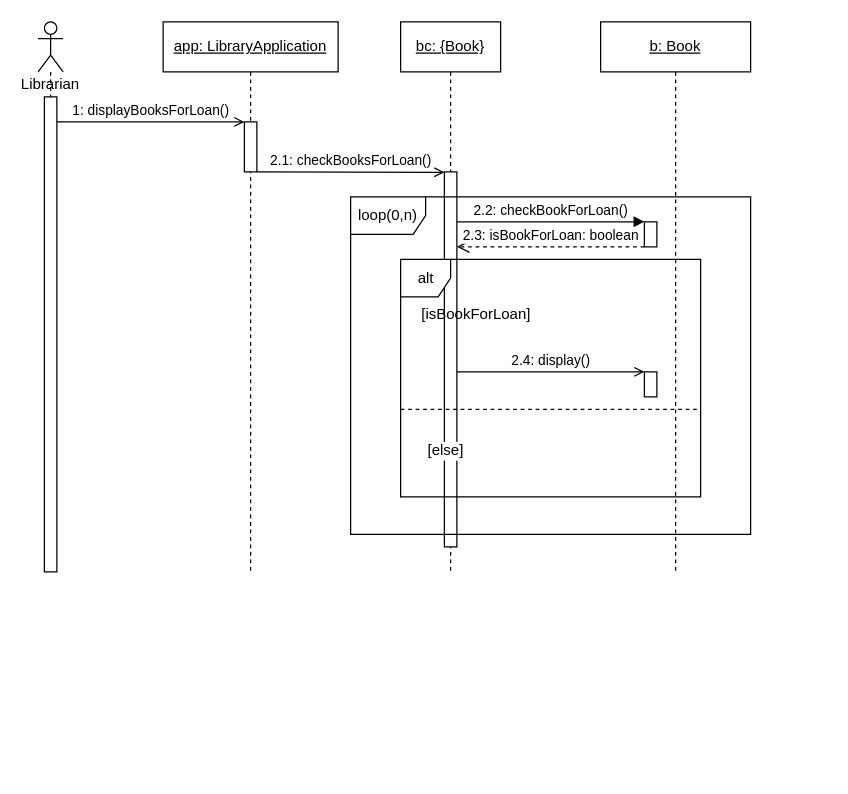
Halozhan/2023-2-LibraryApplication keeps this draw.io diagram as UML/SD3 Display books for loan.drawio. Above is the earlier version. Source tidied: cells renumbered, new cells numbered last; positions are measured from the earlier drawing's top-left corner, leaving out a move shared by most shapes. Both pictures are drawn from the tidied source at 125%, with x=0, y=0 at pixel (38, 21).
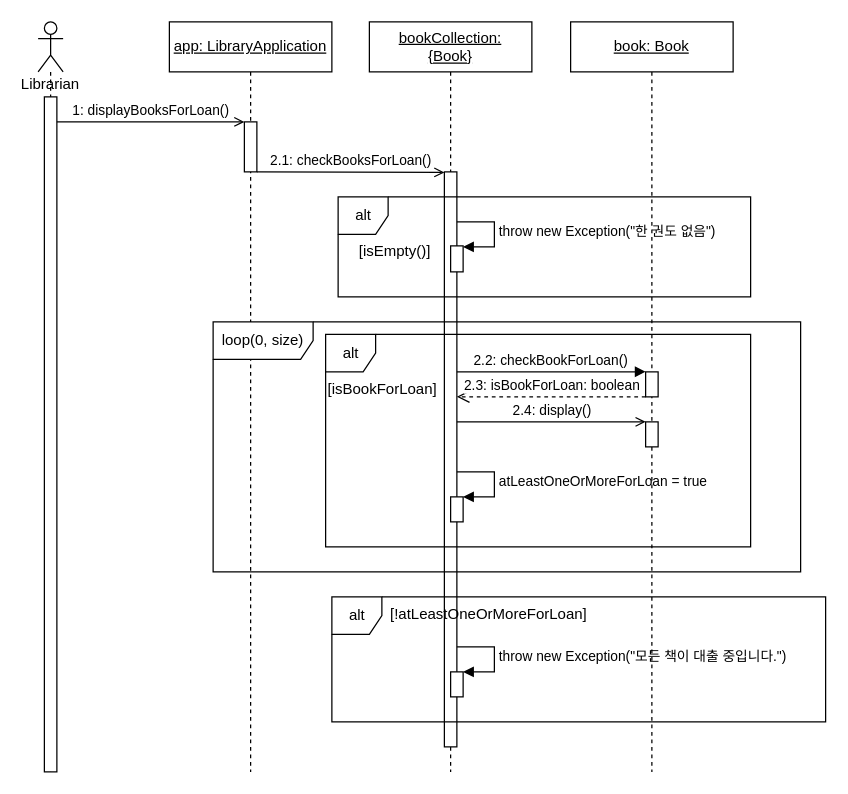
The same page after the edit.

The edit, as a diff of the source:
```diff
@@
     <mxCell id="2" value="Librarian&lt;br&gt;" style="shape=umlLifeline;participant=umlActor;perimeter=lifelinePerimeter;whiteSpace=wrap;html=1;verticalAlign=top;spacingTop=36;outlineConnect=0;" parent="1" vertex="1">
-      <mxGeometry width="20" height="440" as="geometry" />
+      <mxGeometry width="20" height="600" as="geometry" />
     </mxCell>
@@
     <mxCell id="4" style="html=1;points=[];perimeter=orthogonalPerimeter;" parent="2" vertex="1">
-      <mxGeometry x="5" y="60" width="10" height="380" as="geometry" />
+      <mxGeometry x="5" y="60" width="10" height="540" as="geometry" />
     </mxCell>
     <mxCell id="5" value="&lt;u&gt;app: LibraryApplication&lt;/u&gt;" style="shape=umlLifeline;perimeter=lifelinePerimeter;whiteSpace=wrap;html=1;" parent="1" vertex="1">
-      <mxGeometry x="100" width="140" height="440" as="geometry" />
+      <mxGeometry x="105" width="130" height="600" as="geometry" />
     </mxCell>
     <mxCell id="6" style="html=1;points=[];perimeter=orthogonalPerimeter;" parent="5" vertex="1">
-      <mxGeometry x="65" y="80" width="10" height="40" as="geometry" />
+      <mxGeometry x="60" y="80" width="10" height="40" as="geometry" />
     </mxCell>
-    <mxCell id="7" value="&lt;u&gt;bc: {Book}&lt;/u&gt;" style="shape=umlLifeline;perimeter=lifelinePerimeter;whiteSpace=wrap;html=1;" parent="1" vertex="1">
-      <mxGeometry x="290" width="80" height="440" as="geometry" />
+    <mxCell id="7" value="&lt;u&gt;bookCollection:&lt;br&gt;{Book}&lt;/u&gt;" style="shape=umlLifeline;perimeter=lifelinePerimeter;whiteSpace=wrap;html=1;" parent="1" vertex="1">
+      <mxGeometry x="265" width="130" height="600" as="geometry" />
     </mxCell>
     <mxCell id="8" style="html=1;points=[];perimeter=orthogonalPerimeter;" parent="7" vertex="1">
-      <mxGeometry x="35" y="120" width="10" height="300" as="geometry" />
+      <mxGeometry x="60" y="120" width="10" height="460" as="geometry" />
     </mxCell>
+    <mxCell id="21" style="html=1;points=[[0,0,0,0,5],[0,1,0,0,-5],[1,0,0,0,5],[1,1,0,0,-5]];perimeter=orthogonalPerimeter;outlineConnect=0;targetShapes=umlLifeline;portConstraint=eastwest;newEdgeStyle={&quot;curved&quot;:0,&quot;rounded&quot;:0};" parent="7" vertex="1">
+      <mxGeometry x="65" y="179.2" width="10" height="20.8" as="geometry" />
+    </mxCell>
+    <mxCell id="22" value="throw new Exception(&quot;한 권도 없음&quot;)" style="html=1;align=left;spacingLeft=2;endArrow=block;rounded=0;edgeStyle=orthogonalEdgeStyle;curved=0;rounded=0;" parent="7" edge="1" source="8" target="21">
+      <mxGeometry relative="1" as="geometry">
+        <Array as="points">
+          <mxPoint x="100" y="160" />
+          <mxPoint x="100" y="180" />
+        </Array>
+      </mxGeometry>
+    </mxCell>
+    <mxCell id="23" style="html=1;points=[[0,0,0,0,5],[0,1,0,0,-5],[1,0,0,0,5],[1,1,0,0,-5]];perimeter=orthogonalPerimeter;outlineConnect=0;targetShapes=umlLifeline;portConstraint=eastwest;newEdgeStyle={&quot;curved&quot;:0,&quot;rounded&quot;:0};" parent="7" vertex="1">
+      <mxGeometry x="65" y="380" width="10" height="20" as="geometry" />
+    </mxCell>
+    <mxCell id="24" value="atLeastOneOrMoreForLoan = true" style="html=1;align=left;spacingLeft=2;endArrow=block;rounded=0;edgeStyle=orthogonalEdgeStyle;curved=0;rounded=0;" parent="7" edge="1" target="23">
+      <mxGeometry relative="1" as="geometry">
+        <mxPoint x="70" y="360" as="sourcePoint" />
+        <Array as="points">
+          <mxPoint x="100" y="360" />
+          <mxPoint x="100" y="380" />
+        </Array>
+      </mxGeometry>
+    </mxCell>
+    <mxCell id="25" style="html=1;points=[[0,0,0,0,5],[0,1,0,0,-5],[1,0,0,0,5],[1,1,0,0,-5]];perimeter=orthogonalPerimeter;outlineConnect=0;targetShapes=umlLifeline;portConstraint=eastwest;newEdgeStyle={&quot;curved&quot;:0,&quot;rounded&quot;:0};" parent="7" vertex="1">
+      <mxGeometry x="65" y="520" width="10" height="20" as="geometry" />
+    </mxCell>
+    <mxCell id="26" value="throw new Exception(&quot;모든 책이 대출 중입니다.&quot;)" style="html=1;align=left;spacingLeft=2;endArrow=block;rounded=0;edgeStyle=orthogonalEdgeStyle;curved=0;rounded=0;" parent="7" edge="1" target="25">
+      <mxGeometry relative="1" as="geometry">
+        <mxPoint x="70" y="500" as="sourcePoint" />
+        <Array as="points">
+          <mxPoint x="100" y="500" />
+          <mxPoint x="100" y="520" />
+        </Array>
+      </mxGeometry>
+    </mxCell>
-    <mxCell id="9" value="&lt;u style=&quot;&quot;&gt;b: Book&lt;/u&gt;" style="shape=umlLifeline;perimeter=lifelinePerimeter;whiteSpace=wrap;html=1;" parent="1" vertex="1">
-      <mxGeometry x="450" width="120" height="440" as="geometry" />
+    <mxCell id="9" value="&lt;u style=&quot;&quot;&gt;book: Book&lt;/u&gt;" style="shape=umlLifeline;perimeter=lifelinePerimeter;whiteSpace=wrap;html=1;" parent="1" vertex="1">
+      <mxGeometry x="426" width="130" height="600" as="geometry" />
     </mxCell>
     <mxCell id="10" style="html=1;points=[];perimeter=orthogonalPerimeter;" parent="9" vertex="1">
-      <mxGeometry x="35" y="160" width="10" height="20" as="geometry" />
+      <mxGeometry x="60" y="280" width="10" height="20" as="geometry" />
     </mxCell>
     <mxCell id="11" style="html=1;points=[];perimeter=orthogonalPerimeter;" parent="9" vertex="1">
-      <mxGeometry x="35" y="280" width="10" height="20" as="geometry" />
+      <mxGeometry x="60" y="320" width="10" height="20" as="geometry" />
     </mxCell>
-    <mxCell id="12" value="loop(0,n)" style="shape=umlFrame;whiteSpace=wrap;html=1;" parent="9" vertex="1">
-      <mxGeometry x="-200" y="140" width="320" height="270" as="geometry" />
-    </mxCell>
-    <mxCell id="13" value="alt" style="shape=umlFrame;tabWidth=110;tabHeight=30;tabPosition=left;html=1;boundedLbl=1;labelInHeader=1;width=40;height=30;" parent="9" vertex="1">
-      <mxGeometry x="-160" y="190" width="240" height="190" as="geometry" />
-    </mxCell>
-    <mxCell id="14" value="[isBookForLoan]" style="text;" parent="13" vertex="1">
-      <mxGeometry width="100" height="20" relative="1" as="geometry">
-        <mxPoint x="15" y="30" as="offset" />
-      </mxGeometry>
-    </mxCell>
-    <mxCell id="15" value="[else]" style="line;strokeWidth=1;dashed=1;labelPosition=center;verticalLabelPosition=bottom;align=left;verticalAlign=top;spacingLeft=20;spacingTop=15;" parent="13" vertex="1">
-      <mxGeometry y="116.1" width="240" height="7.6" as="geometry" />
-    </mxCell>
@@
-    <mxCell id="18" value="2.2: checkBookForLoan()" style="html=1;verticalAlign=bottom;endArrow=block;entryX=-0.005;entryY=-0.005;entryDx=0;entryDy=0;entryPerimeter=0;" parent="1" edge="1" source="8" target="10">
-      <mxGeometry relative="1" as="geometry" />
-    </mxCell>
@@
+    <mxCell id="18" value="2.2: checkBookForLoan()" style="html=1;verticalAlign=bottom;endArrow=block;entryX=-0.005;entryY=-0.005;entryDx=0;entryDy=0;entryPerimeter=0;" parent="1" edge="1" source="8" target="10">
+      <mxGeometry relative="1" as="geometry" />
+    </mxCell>
+    <mxCell id="12" value="loop(0, size)" style="shape=umlFrame;whiteSpace=wrap;html=1;width=80;height=30;" parent="1" vertex="1">
+      <mxGeometry x="140" y="240" width="470" height="200" as="geometry" />
+    </mxCell>
+    <mxCell id="27" value="alt" style="shape=umlFrame;tabWidth=110;tabHeight=30;tabPosition=left;html=1;boundedLbl=1;labelInHeader=1;width=40;height=30;" parent="1" vertex="1">
+      <mxGeometry x="230" y="250" width="340" height="170" as="geometry" />
+    </mxCell>
+    <mxCell id="14" value="[isBookForLoan]" style="text;" parent="27" vertex="1">
+      <mxGeometry width="100" height="20" relative="1" as="geometry">
+        <mxPoint y="30" as="offset" />
+      </mxGeometry>
+    </mxCell>
+    <mxCell id="28" value="alt" style="shape=umlFrame;tabWidth=110;tabHeight=30;tabPosition=left;html=1;boundedLbl=1;labelInHeader=1;width=40;height=30;" parent="1" vertex="1">
+      <mxGeometry x="240" y="140" width="330" height="80" as="geometry" />
+    </mxCell>
+    <mxCell id="29" value="[isEmpty()]" style="text;" parent="28" vertex="1">
+      <mxGeometry width="100" height="20" relative="1" as="geometry">
+        <mxPoint x="15" y="30" as="offset" />
+      </mxGeometry>
+    </mxCell>
+    <mxCell id="30" value="alt" style="shape=umlFrame;tabWidth=110;tabHeight=30;tabPosition=left;html=1;boundedLbl=1;labelInHeader=1;width=40;height=30;" parent="1" vertex="1">
+      <mxGeometry x="235" y="460" width="395" height="100" as="geometry" />
+    </mxCell>
+    <mxCell id="31" value="[!atLeastOneOrMoreForLoan]" style="text;" parent="30" vertex="1">
+      <mxGeometry width="100" height="20" relative="1" as="geometry">
+        <mxPoint x="45" as="offset" />
+      </mxGeometry>
+    </mxCell>
```
